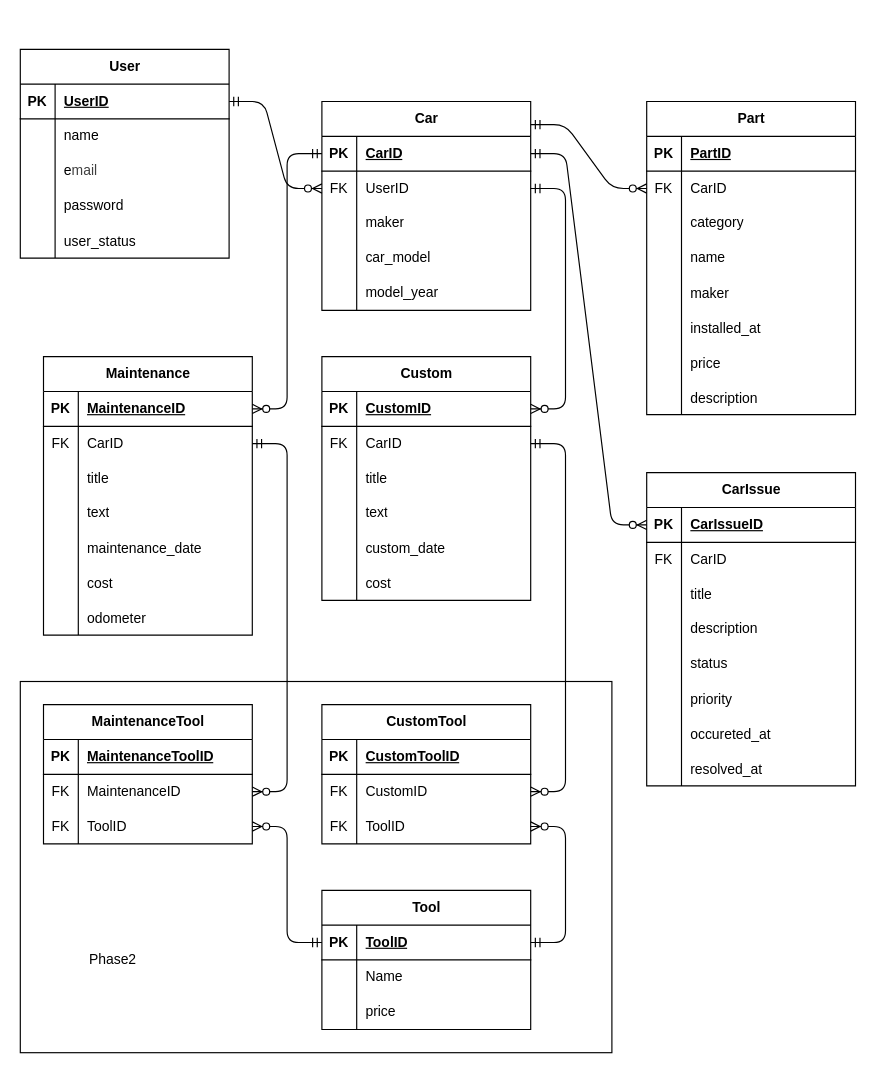
The draw.io diagram docs/ER図.drawio in soshimiyata/HealthCar, before the edit. Source tidied: cells renumbered, new cells numbered last; positions are measured from the earlier drawing's top-left corner, leaving out a move shared by most shapes. Both pictures are drawn from the tidied source at 116%, with x=0, y=0 at pixel (20, 49).
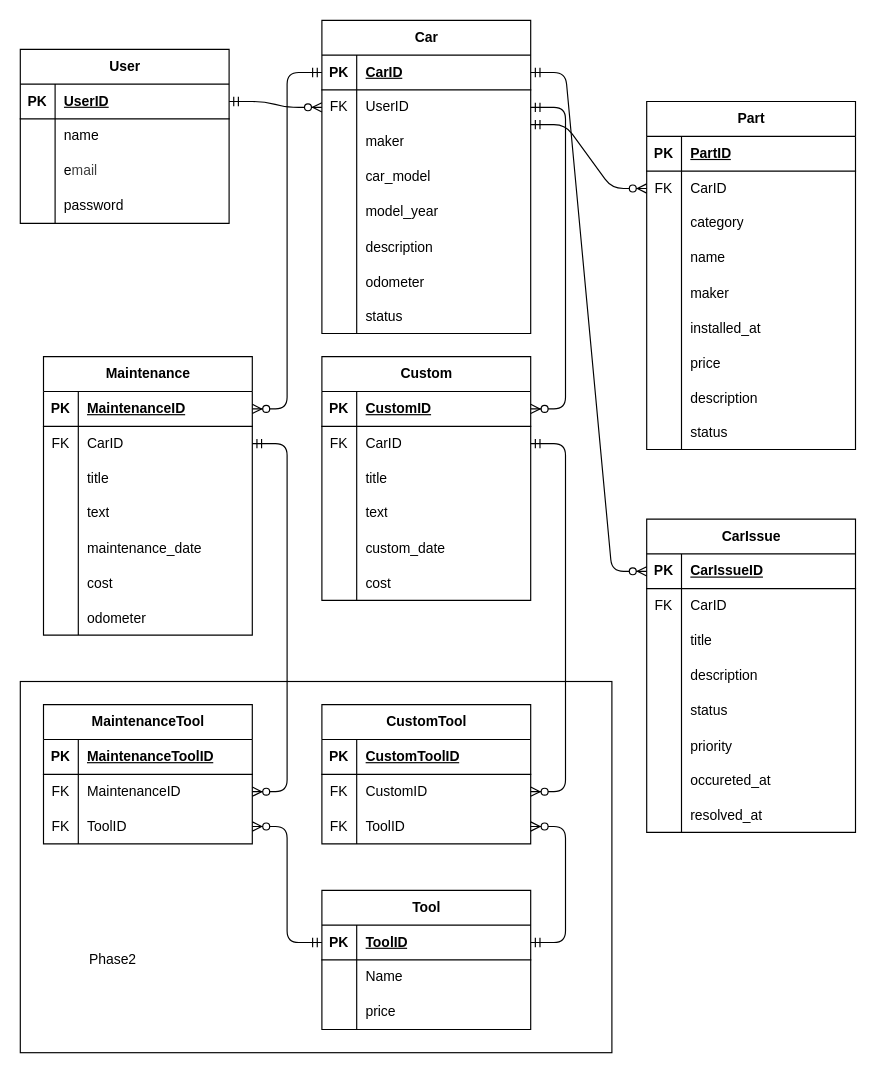
The same diagram, later.

Commit message (it also covers changes not shown here):
ERD, table definition update

The edit, as a diff of the source:
```diff
@@
     <mxCell id="3" value="Car" style="shape=table;startSize=30;childLayout=tableLayout;rowLines=0;fontStyle=1;align=center;html=1;" parent="1" vertex="1">
-      <mxGeometry x="260" y="45" width="180" height="180" as="geometry" />
+      <mxGeometry x="260" y="-25" width="180" height="270" as="geometry" />
     </mxCell>
@@
+    <mxCell id="166" style="shape=tableRow;horizontal=0;startSize=0;swimlaneHead=0;swimlaneBody=0;fillColor=none;top=0;left=0;right=0;bottom=0;" parent="3" vertex="1">
+      <mxGeometry y="180" width="180" height="30" as="geometry" />
+    </mxCell>
+    <mxCell id="167" style="shape=partialRectangle;fillColor=none;top=0;left=0;bottom=0;right=0;overflow=hidden;" parent="166" vertex="1">
+      <mxGeometry width="30" height="30" as="geometry" />
+    </mxCell>
+    <mxCell id="168" value="description" style="shape=partialRectangle;fillColor=none;top=0;left=0;bottom=0;right=0;align=left;spacingLeft=6;overflow=hidden;" parent="166" vertex="1">
+      <mxGeometry x="30" width="150" height="30" as="geometry" />
+    </mxCell>
+    <mxCell id="169" style="shape=tableRow;horizontal=0;startSize=0;swimlaneHead=0;swimlaneBody=0;fillColor=none;top=0;left=0;right=0;bottom=0;" parent="3" vertex="1">
+      <mxGeometry y="210" width="180" height="30" as="geometry" />
+    </mxCell>
+    <mxCell id="170" style="shape=partialRectangle;fillColor=none;top=0;left=0;bottom=0;right=0;overflow=hidden;" parent="169" vertex="1">
+      <mxGeometry width="30" height="30" as="geometry" />
+    </mxCell>
+    <mxCell id="171" value="odometer" style="shape=partialRectangle;fillColor=none;top=0;left=0;bottom=0;right=0;align=left;spacingLeft=6;overflow=hidden;" parent="169" vertex="1">
+      <mxGeometry x="30" width="150" height="30" as="geometry" />
+    </mxCell>
+    <mxCell id="172" style="shape=tableRow;horizontal=0;startSize=0;swimlaneHead=0;swimlaneBody=0;fillColor=none;top=0;left=0;right=0;bottom=0;" parent="3" vertex="1">
+      <mxGeometry y="240" width="180" height="30" as="geometry" />
+    </mxCell>
+    <mxCell id="173" style="shape=partialRectangle;fillColor=none;top=0;left=0;bottom=0;right=0;overflow=hidden;" parent="172" vertex="1">
+      <mxGeometry width="30" height="30" as="geometry" />
+    </mxCell>
+    <mxCell id="174" value="status" style="shape=partialRectangle;fillColor=none;top=0;left=0;bottom=0;right=0;align=left;spacingLeft=6;overflow=hidden;" parent="172" vertex="1">
+      <mxGeometry x="30" width="150" height="30" as="geometry" />
+    </mxCell>
@@
     <mxCell id="70" value="User" style="shape=table;startSize=30;childLayout=tableLayout;rowLines=0;fontStyle=1;align=center;html=1;" parent="1" vertex="1">
-      <mxGeometry width="180" height="180" as="geometry" />
+      <mxGeometry width="180" height="150" as="geometry" />
     </mxCell>
@@
-    <mxCell id="83" style="shape=tableRow;horizontal=0;startSize=0;swimlaneHead=0;swimlaneBody=0;fillColor=none;top=0;left=0;right=0;bottom=0;" parent="70" vertex="1">
-      <mxGeometry y="150" width="180" height="30" as="geometry" />
-    </mxCell>
-    <mxCell id="84" style="shape=partialRectangle;fillColor=none;top=0;left=0;bottom=0;right=0;overflow=hidden;" parent="83" vertex="1">
-      <mxGeometry width="30" height="30" as="geometry" />
-    </mxCell>
-    <mxCell id="85" value="user_status" style="shape=partialRectangle;fillColor=none;top=0;left=0;bottom=0;right=0;align=left;spacingLeft=6;overflow=hidden;" parent="83" vertex="1">
-      <mxGeometry x="30" width="150" height="30" as="geometry" />
-    </mxCell>
@@
     <mxCell id="106" value="Part" style="shape=table;startSize=30;childLayout=tableLayout;rowLines=0;fontStyle=1;align=center;html=1;" parent="1" vertex="1">
-      <mxGeometry x="540" y="45" width="180" height="270" as="geometry" />
+      <mxGeometry x="540" y="45" width="180" height="300" as="geometry" />
     </mxCell>
@@
+    <mxCell id="175" style="shape=tableRow;horizontal=0;startSize=0;swimlaneHead=0;swimlaneBody=0;fillColor=none;top=0;left=0;right=0;bottom=0;" parent="106" vertex="1">
+      <mxGeometry y="270" width="180" height="30" as="geometry" />
+    </mxCell>
+    <mxCell id="176" style="shape=partialRectangle;fillColor=none;top=0;left=0;bottom=0;right=0;overflow=hidden;" parent="175" vertex="1">
+      <mxGeometry width="30" height="30" as="geometry" />
+    </mxCell>
+    <mxCell id="177" value="status" style="shape=partialRectangle;fillColor=none;top=0;left=0;bottom=0;right=0;align=left;spacingLeft=6;overflow=hidden;" parent="175" vertex="1">
+      <mxGeometry x="30" width="150" height="30" as="geometry" />
+    </mxCell>
     <mxCell id="131" value="CarIssue" style="shape=table;startSize=30;childLayout=tableLayout;rowLines=0;fontStyle=1;align=center;html=1;" parent="1" vertex="1">
-      <mxGeometry x="540" y="365" width="180" height="270" as="geometry" />
+      <mxGeometry x="540" y="405" width="180" height="270" as="geometry" />
     </mxCell>
```
